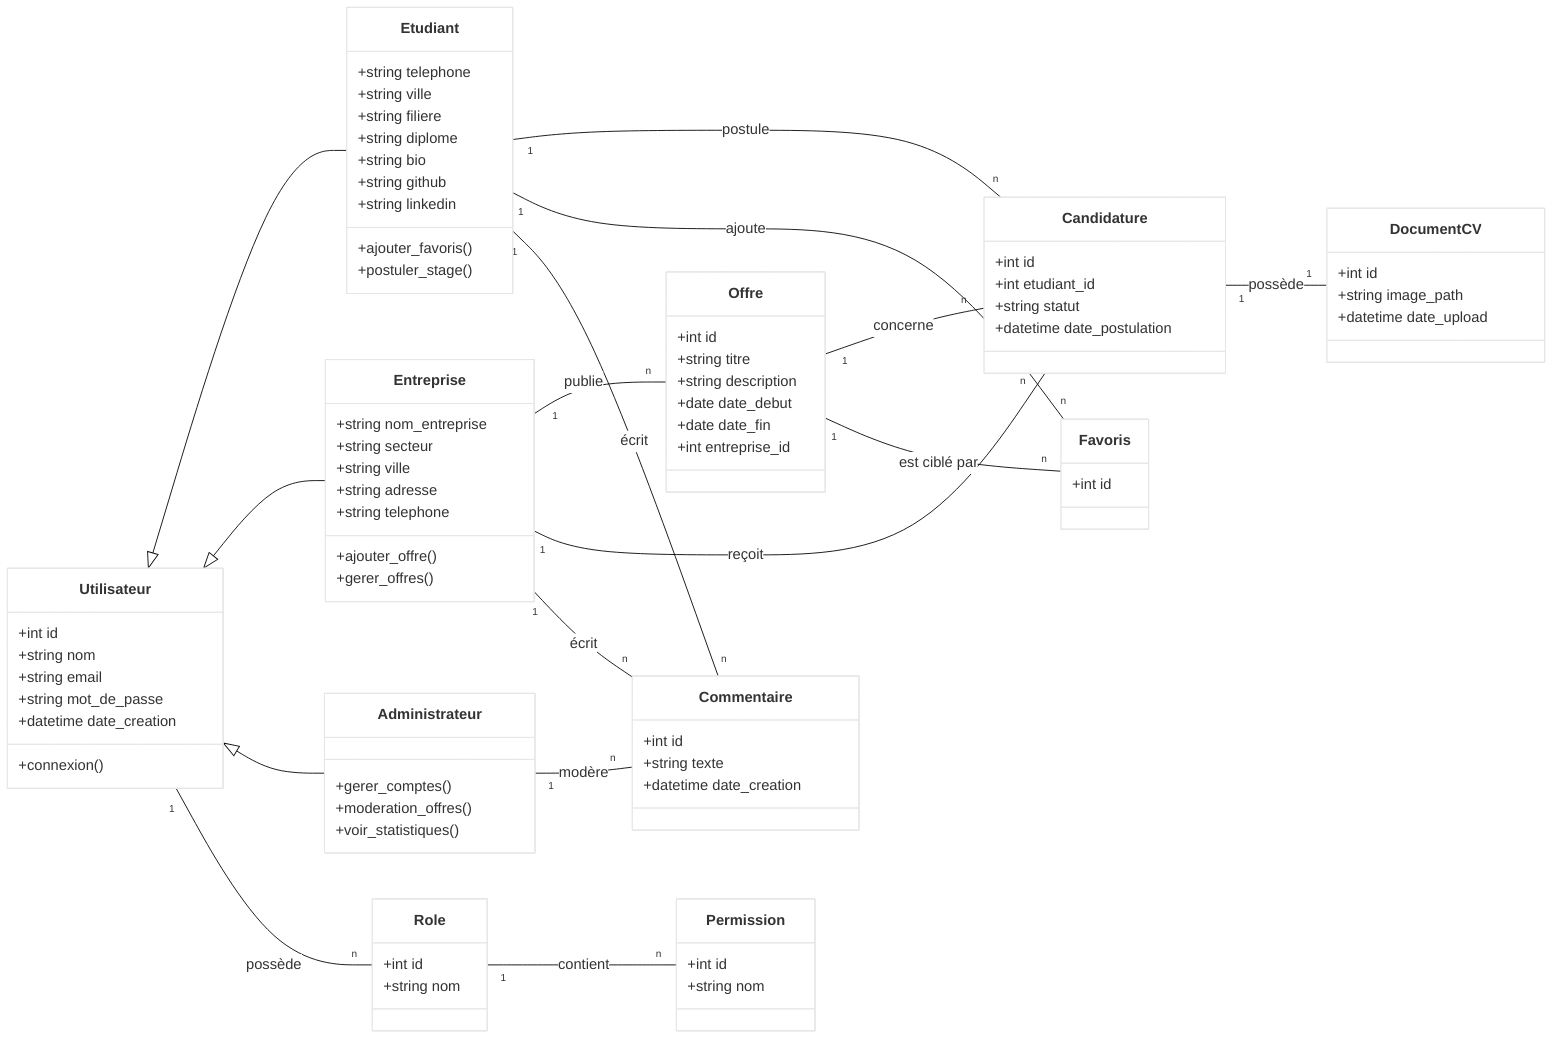
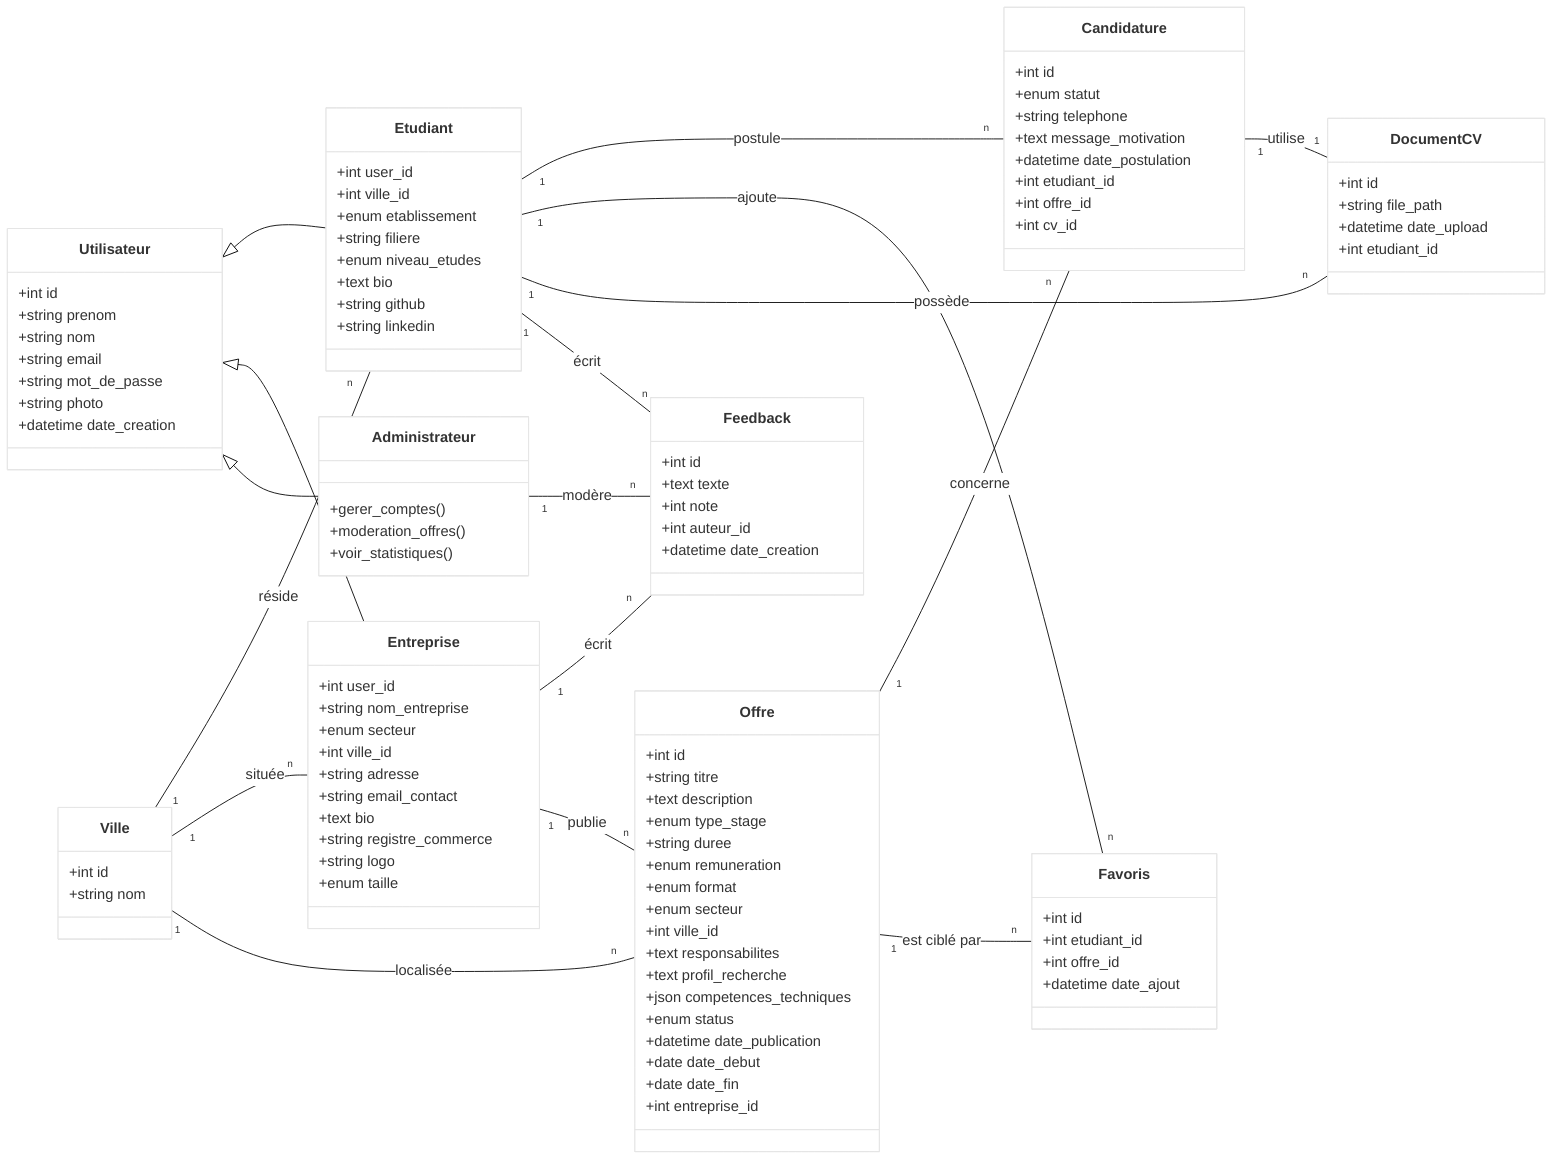
%%{init: {'theme': 'base', 'themeVariables': { 'primaryColor': '#ffffff', 'edgeLabelBackground':'#ffffff', 'tertiaryColor': '#ffffff'}}}%%
classDiagram
    direction LR

    %% ====================
    %% Classes de base (Utilisateurs)
    %% ====================
    class Utilisateur {
        +int id
+         +string prenom
        +string nom
        +string email
        +string mot_de_passe
+         +string photo
        +datetime date_creation
-         +connexion()
    }

    class Etudiant {
-         +string telephone
-         +string ville
+         +int user_id
+         +int ville_id
+         +enum etablissement
        +string filiere
-         +string diplome
-         +string bio
+         +enum niveau_etudes
+         +text bio
        +string github
        +string linkedin
-         +ajouter_favoris()
-         +postuler_stage()
    }

    class Entreprise {
+         +int user_id
        +string nom_entreprise
-         +string secteur
-         +string ville
+         +enum secteur
+         +int ville_id
        +string adresse
-         +string telephone
-         +ajouter_offre()
-         +gerer_offres()
+         +string email_contact
+         +text bio
+         +string registre_commerce
+         +string logo
+         +enum taille
    }

    class Administrateur {
        +gerer_comptes()
        +moderation_offres()
        +voir_statistiques()
    }

    %% ====================
    %% Entités Métier
    %% ====================
    class Offre {
        +int id
        +string titre
-         +string description
+         +text description
+         +enum type_stage
+         +string duree
+         +enum remuneration
+         +enum format
+         +enum secteur
+         +int ville_id
+         +text responsabilites
+         +text profil_recherche
+         +json competences_techniques
+         +enum status
+         +datetime date_publication
        +date date_debut
        +date date_fin
        +int entreprise_id
    }

    class Candidature {
        +int id
+         +enum statut
+         +string telephone
+         +text message_motivation
+         +datetime date_postulation
        +int etudiant_id
-         +string statut
-         +datetime date_postulation
+         +int offre_id
+         +int cv_id
    }

    class DocumentCV {
        +int id
-         +string image_path
+         +string file_path
        +datetime date_upload
+         +int etudiant_id
    }

-     class Commentaire {
+     class Feedback {
        +int id
-         +string texte
+         +text texte
+         +int note
+         +int auteur_id
        +datetime date_creation
    }

    class Favoris {
        +int id
+         +int etudiant_id
+         +int offre_id
+         +datetime date_ajout
    }

-     class Role {
-         +int id
-         +string nom
-     }
- 
-     class Permission {
+     class Ville {
        +int id
        +string nom
    }

    %% ====================
-     %% Héritage (Direction maintenue pour la cohérence)
+     %% Héritage
    %% ====================
    Utilisateur <|-- Etudiant
    Utilisateur <|-- Entreprise
    Utilisateur <|-- Administrateur

    %% ====================
    %% Relations & Cardinalités
    %% ====================

-     Utilisateur "1" -- "n" Role : possède
-     Role "1" -- "n" Permission : contient
+     Ville "1" -- "n" Etudiant : réside
+     Ville "1" -- "n" Entreprise : située
+     Ville "1" -- "n" Offre : localisée

    Etudiant "1" -- "n" Candidature : postule
    Etudiant "1" -- "n" Favoris : ajoute
-     Etudiant "1" -- "n" Commentaire : écrit
+     Etudiant "1" -- "n" DocumentCV : possède
+     Etudiant "1" -- "n" Feedback : écrit

+     Entreprise "1" -- "n" Feedback : écrit
    Entreprise "1" -- "n" Offre : publie
-     Entreprise "1" -- "n" Candidature : reçoit
-     Entreprise "1" -- "n" Commentaire : écrit

    Offre "1" -- "n" Candidature : concerne
    Offre "1" -- "n" Favoris : est ciblé par

-     Administrateur "1" -- "n" Commentaire : modère
+     Administrateur "1" -- "n" Feedback : modère

-     Candidature "1" -- "1" DocumentCV : possède+     Candidature "1" -- "1" DocumentCV : utilise